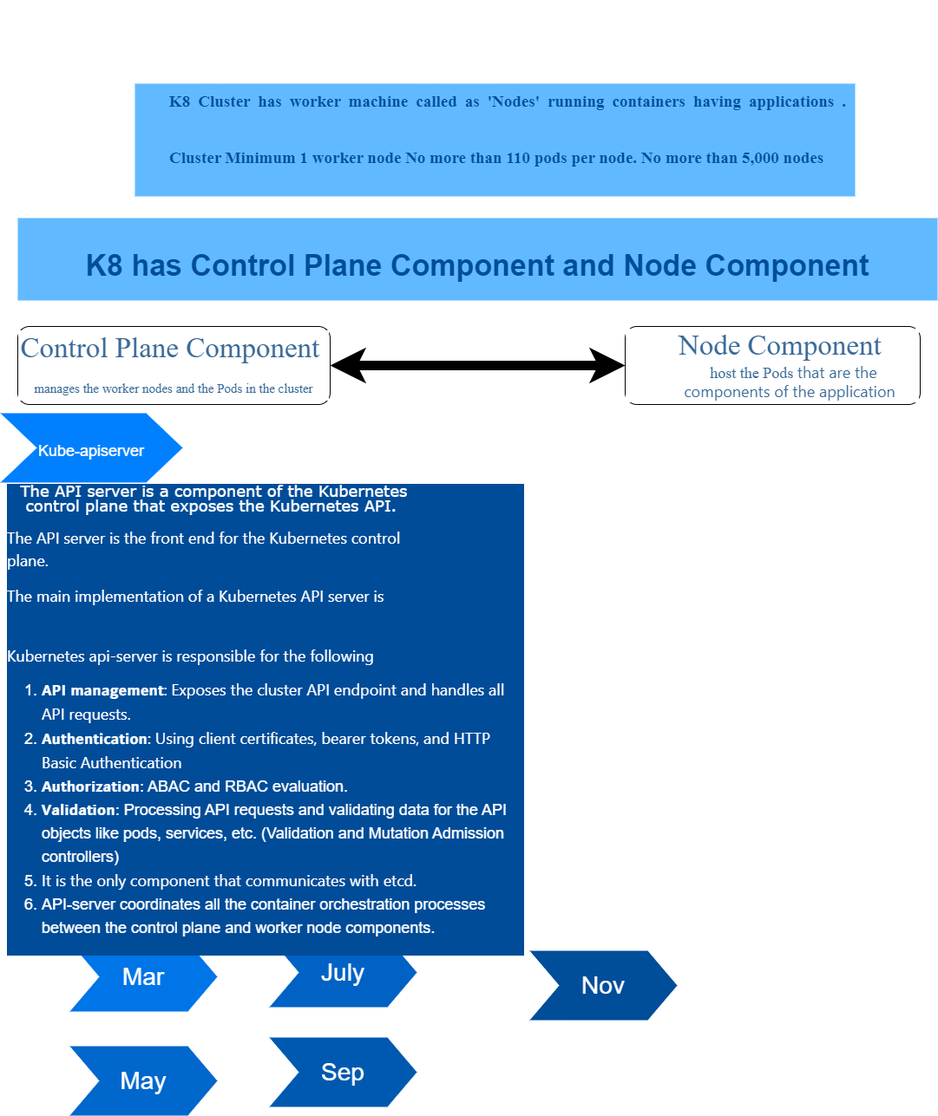
Before: k8 components.drawio.png, a diagram exported from draw.io (zagianp/website1). Source tidied: cells renumbered, new cells last; positions are measured from the earlier drawing's top-left corner, leaving out a move shared by most shapes.
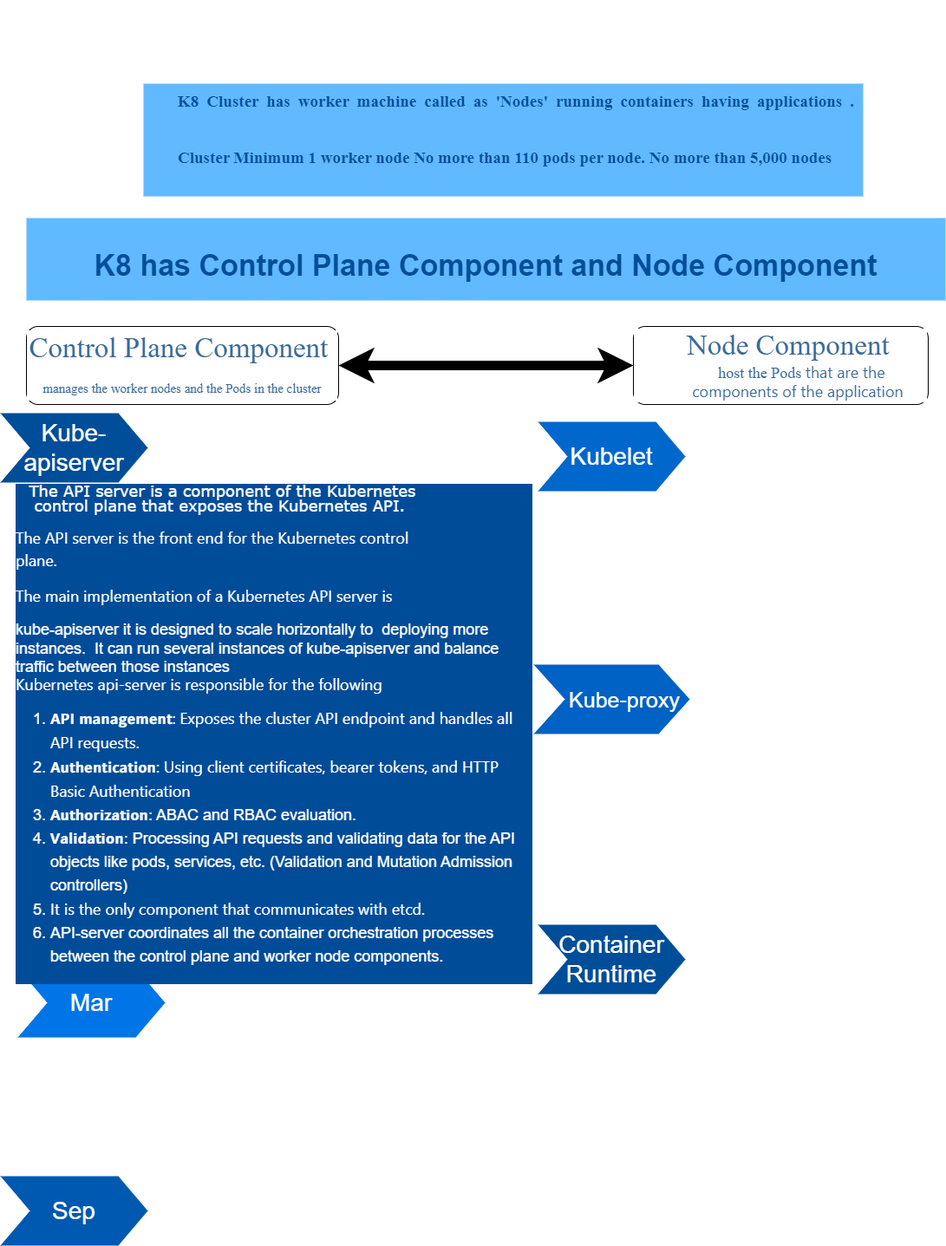
After the commit.

Diff of the diagram source:
```diff
@@ -2,28 +2,25 @@
   <root>
     <mxCell id="0" />
     <mxCell id="1" parent="0" />
-    <mxCell id="2" value="&lt;font style=&quot;font-size: 18px;&quot;&gt;Kube-apiserver&lt;/font&gt;" style="shape=step;whiteSpace=wrap;html=1;fontSize=28;fillColor=#0080FF;fontColor=#FFFFFF;strokeColor=none;" parent="1" vertex="1">
-      <mxGeometry y="380" width="210" height="80" as="geometry" />
-    </mxCell>
     <mxCell id="3" value="Mar" style="shape=step;whiteSpace=wrap;html=1;fontSize=28;fillColor=#0075E8;fontColor=#FFFFFF;strokeColor=none;" parent="1" vertex="1">
-      <mxGeometry x="80" y="990" width="170" height="80" as="geometry" />
+      <mxGeometry x="10" y="1020" width="170" height="80" as="geometry" />
     </mxCell>
-    <mxCell id="4" value="May" style="shape=step;whiteSpace=wrap;html=1;fontSize=28;fillColor=#0067CC;fontColor=#FFFFFF;strokeColor=none;" parent="1" vertex="1">
-      <mxGeometry x="80" y="1110" width="170" height="80" as="geometry" />
+    <mxCell id="4" value="Kubelet" style="shape=step;whiteSpace=wrap;html=1;fontSize=28;fillColor=#0067CC;fontColor=#FFFFFF;strokeColor=none;" parent="1" vertex="1">
+      <mxGeometry x="610" y="390" width="170" height="80" as="geometry" />
     </mxCell>
-    <mxCell id="5" value="July" style="shape=step;whiteSpace=wrap;html=1;fontSize=28;fillColor=#0062C4;fontColor=#FFFFFF;strokeColor=none;" parent="1" vertex="1">
-      <mxGeometry x="310" y="985" width="170" height="80" as="geometry" />
+    <mxCell id="5" value="Kube-proxy" style="shape=step;whiteSpace=wrap;html=1;fontSize=25;fillColor=#0062C4;fontColor=#FFFFFF;strokeColor=none;spacingRight=-30;" parent="1" vertex="1">
+      <mxGeometry x="605" y="670" width="180" height="80" as="geometry" />
     </mxCell>
     <mxCell id="6" value="Sep" style="shape=step;whiteSpace=wrap;html=1;fontSize=28;fillColor=#0059B0;fontColor=#FFFFFF;strokeColor=none;" parent="1" vertex="1">
-      <mxGeometry x="310" y="1100" width="170" height="80" as="geometry" />
+      <mxGeometry x="-10" y="1260" width="170" height="80" as="geometry" />
     </mxCell>
-    <mxCell id="7" value="Nov" style="shape=step;whiteSpace=wrap;html=1;fontSize=28;fillColor=#004D99;fontColor=#FFFFFF;strokeColor=none;" parent="1" vertex="1">
-      <mxGeometry x="610" y="1000" width="170" height="80" as="geometry" />
+    <mxCell id="7" value="Container Runtime" style="shape=step;whiteSpace=wrap;html=1;fontSize=28;fillColor=#004D99;fontColor=#FFFFFF;strokeColor=none;" parent="1" vertex="1">
+      <mxGeometry x="610" y="970" width="170" height="80" as="geometry" />
     </mxCell>
     <mxCell id="8" value="&lt;font style=&quot;font-size: 34px;&quot;&gt;K8 has Control Plane Component and Node Component&lt;/font&gt;" style="text;html=1;strokeColor=none;fillColor=#61BAFF;align=center;verticalAlign=middle;whiteSpace=wrap;fontSize=54;fontStyle=1;fontColor=#004D99;" parent="1" vertex="1">
       <mxGeometry x="20" y="155" width="1060" height="95" as="geometry" />
     </mxCell>
-    <mxCell id="9" value="&lt;p style=&quot;text-align: center; box-sizing: border-box; margin-top: 0px; margin-bottom: 1rem; max-width: 80%; font-size: 18px; line-height: 90%;&quot;&gt;&lt;font face=&quot;Verdana&quot; style=&quot;font-size: 18px;&quot;&gt;The API server is a component of the Kubernetes control plane&amp;nbsp;that exposes the Kubernetes API.&amp;nbsp;&lt;/font&gt;&lt;/p&gt;&lt;p style=&quot;box-sizing: border-box; margin-top: 0px; margin-bottom: 1rem; max-width: 80%; font-family: &amp;quot;open sans&amp;quot;, -apple-system, BlinkMacSystemFont, &amp;quot;segoe ui&amp;quot;, Roboto, &amp;quot;helvetica neue&amp;quot;, Arial, sans-serif, &amp;quot;apple color emoji&amp;quot;, &amp;quot;segoe ui emoji&amp;quot;, &amp;quot;segoe ui symbol&amp;quot;; font-size: 18px; line-height: 140%;&quot;&gt;The API server is the front end for the Kubernetes control plane.&lt;/p&gt;&lt;p style=&quot;box-sizing: border-box; margin-top: 0px; margin-bottom: 1rem; max-width: 80%; font-family: &amp;quot;open sans&amp;quot;, -apple-system, BlinkMacSystemFont, &amp;quot;segoe ui&amp;quot;, Roboto, &amp;quot;helvetica neue&amp;quot;, Arial, sans-serif, &amp;quot;apple color emoji&amp;quot;, &amp;quot;segoe ui emoji&amp;quot;, &amp;quot;segoe ui symbol&amp;quot;; font-size: 18px; line-height: 140%;&quot;&gt;The main implementation of a Kubernetes API server is&lt;/p&gt;&lt;p style=&quot;box-sizing: border-box; margin-top: 0px; margin-bottom: 1rem; max-width: 80%; font-family: &amp;quot;open sans&amp;quot;, -apple-system, BlinkMacSystemFont, &amp;quot;segoe ui&amp;quot;, Roboto, &amp;quot;helvetica neue&amp;quot;, Arial, sans-serif, &amp;quot;apple color emoji&amp;quot;, &amp;quot;segoe ui emoji&amp;quot;, &amp;quot;segoe ui symbol&amp;quot;; font-size: 18px; line-height: 90%;&quot;&gt;&lt;br style=&quot;font-size: 18px;&quot;&gt;&lt;/p&gt;&lt;p style=&quot;box-sizing: border-box; margin-top: 0px; margin-bottom: 1rem; max-width: 80%; font-family: &amp;quot;open sans&amp;quot;, -apple-system, BlinkMacSystemFont, &amp;quot;segoe ui&amp;quot;, Roboto, &amp;quot;helvetica neue&amp;quot;, Arial, sans-serif, &amp;quot;apple color emoji&amp;quot;, &amp;quot;segoe ui emoji&amp;quot;, &amp;quot;segoe ui symbol&amp;quot;; font-size: 18px; line-height: 90%;&quot;&gt;Kubernetes api-server is responsible for the following&lt;br style=&quot;font-size: 18px;&quot;&gt;&lt;/p&gt;&lt;ol style=&quot;line-height: 150%; font-size: 18px;&quot;&gt;&lt;li style=&quot;font-size: 18px;&quot;&gt;&lt;span style=&quot;font-family: -apple-system, system-ui, BlinkMacSystemFont, &amp;quot;Segoe UI&amp;quot;, Roboto, &amp;quot;Helvetica Neue&amp;quot;, &amp;quot;Fira Sans&amp;quot;, Ubuntu, Oxygen, &amp;quot;Oxygen Sans&amp;quot;, Cantarell, &amp;quot;Droid Sans&amp;quot;, &amp;quot;Apple Color Emoji&amp;quot;, &amp;quot;Segoe UI Emoji&amp;quot;, &amp;quot;Segoe UI Emoji&amp;quot;, &amp;quot;Segoe UI Symbol&amp;quot;, &amp;quot;Lucida Grande&amp;quot;, Helvetica, Arial, sans-serif; font-size: 18px;&quot;&gt;𝗔𝗣𝗜 𝗺𝗮𝗻𝗮𝗴𝗲𝗺𝗲𝗻𝘁: Exposes the cluster API endpoint and handles all API requests.&lt;/span&gt;&lt;/li&gt;&lt;li style=&quot;font-size: 18px;&quot;&gt;&lt;span style=&quot;font-family: -apple-system, system-ui, BlinkMacSystemFont, &amp;quot;Segoe UI&amp;quot;, Roboto, &amp;quot;Helvetica Neue&amp;quot;, &amp;quot;Fira Sans&amp;quot;, Ubuntu, Oxygen, &amp;quot;Oxygen Sans&amp;quot;, Cantarell, &amp;quot;Droid Sans&amp;quot;, &amp;quot;Apple Color Emoji&amp;quot;, &amp;quot;Segoe UI Emoji&amp;quot;, &amp;quot;Segoe UI Emoji&amp;quot;, &amp;quot;Segoe UI Symbol&amp;quot;, &amp;quot;Lucida Grande&amp;quot;, Helvetica, Arial, sans-serif; font-size: 18px;&quot;&gt;𝗔𝘂𝘁𝗵𝗲𝗻𝘁𝗶𝗰𝗮𝘁𝗶𝗼𝗻: Using client certificates, bearer tokens, and HTTP Basic Authentication&lt;/span&gt;&lt;/li&gt;&lt;li style=&quot;font-size: 18px;&quot;&gt;𝗔𝘂𝘁𝗵𝗼𝗿𝗶𝘇𝗮𝘁𝗶𝗼𝗻: ABAC and RBAC evaluation.&lt;/li&gt;&lt;li style=&quot;font-size: 18px;&quot;&gt;𝗩𝗮𝗹𝗶𝗱𝗮𝘁𝗶𝗼𝗻: Processing API requests and validating data for the API objects like pods, services, etc. (Validation and Mutation Admission controllers)&lt;/li&gt;&lt;li style=&quot;font-size: 18px;&quot;&gt;&lt;span style=&quot;font-family: -apple-system, system-ui, BlinkMacSystemFont, &amp;quot;Segoe UI&amp;quot;, Roboto, &amp;quot;Helvetica Neue&amp;quot;, &amp;quot;Fira Sans&amp;quot;, Ubuntu, Oxygen, &amp;quot;Oxygen Sans&amp;quot;, Cantarell, &amp;quot;Droid Sans&amp;quot;, &amp;quot;Apple Color Emoji&amp;quot;, &amp;quot;Segoe UI Emoji&amp;quot;, &amp;quot;Segoe UI Emoji&amp;quot;, &amp;quot;Segoe UI Symbol&amp;quot;, &amp;quot;Lucida Grande&amp;quot;, Helvetica, Arial, sans-serif; font-size: 18px;&quot;&gt;It is the only component that communicates with etcd.&lt;/span&gt;&lt;/li&gt;&lt;li style=&quot;font-size: 18px;&quot;&gt;API-server coordinates all the container orchestration processes between the control plane and worker node components.&lt;/li&gt;&lt;/ol&gt;&lt;p style=&quot;font-size: 18px;&quot;&gt;&lt;/p&gt;" style="text;spacingTop=-1;fillColor=#ffffff;html=1;align=left;fontSize=18;fontFamily=Helvetica;fillColor=none;strokeColor=none;whiteSpace=wrap;spacing=-12;labelBackgroundColor=#004C99;fontColor=#FFFFFF;" parent="1" vertex="1">
+    <mxCell id="9" value="&lt;p style=&quot;text-align: center; box-sizing: border-box; margin-top: 0px; margin-bottom: 1rem; max-width: 80%; font-size: 18px; line-height: 90%;&quot;&gt;&lt;font face=&quot;Verdana&quot; style=&quot;font-size: 18px;&quot;&gt;The API server is a component of the Kubernetes control plane&amp;nbsp;that exposes the Kubernetes API.&amp;nbsp;&lt;/font&gt;&lt;/p&gt;&lt;p style=&quot;box-sizing: border-box; margin-top: 0px; margin-bottom: 1rem; max-width: 80%; font-family: &amp;quot;open sans&amp;quot;, -apple-system, BlinkMacSystemFont, &amp;quot;segoe ui&amp;quot;, Roboto, &amp;quot;helvetica neue&amp;quot;, Arial, sans-serif, &amp;quot;apple color emoji&amp;quot;, &amp;quot;segoe ui emoji&amp;quot;, &amp;quot;segoe ui symbol&amp;quot;; font-size: 18px; line-height: 140%;&quot;&gt;The API server is the front end for the Kubernetes control plane.&lt;/p&gt;&lt;p style=&quot;box-sizing: border-box; margin-top: 0px; margin-bottom: 1rem; max-width: 80%; font-family: &amp;quot;open sans&amp;quot;, -apple-system, BlinkMacSystemFont, &amp;quot;segoe ui&amp;quot;, Roboto, &amp;quot;helvetica neue&amp;quot;, Arial, sans-serif, &amp;quot;apple color emoji&amp;quot;, &amp;quot;segoe ui emoji&amp;quot;, &amp;quot;segoe ui symbol&amp;quot;; font-size: 18px; line-height: 140%;&quot;&gt;The main implementation of a Kubernetes API server is&amp;nbsp;&lt;/p&gt;kube-apiserver it is designed to scale horizontally to&amp;nbsp; deploying more instances.&amp;nbsp;&amp;nbsp;It can run several instances of kube-apiserver and balance traffic between those instances&lt;p style=&quot;box-sizing: border-box; margin-top: 0px; margin-bottom: 1rem; max-width: 80%; font-family: &amp;quot;open sans&amp;quot;, -apple-system, BlinkMacSystemFont, &amp;quot;segoe ui&amp;quot;, Roboto, &amp;quot;helvetica neue&amp;quot;, Arial, sans-serif, &amp;quot;apple color emoji&amp;quot;, &amp;quot;segoe ui emoji&amp;quot;, &amp;quot;segoe ui symbol&amp;quot;; font-size: 18px; line-height: 90%;&quot;&gt;Kubernetes api-server is responsible for the following&lt;br&gt;&lt;/p&gt;&lt;ol style=&quot;line-height: 150%; font-size: 18px;&quot;&gt;&lt;li style=&quot;font-size: 18px;&quot;&gt;&lt;span style=&quot;font-family: -apple-system, system-ui, BlinkMacSystemFont, &amp;quot;Segoe UI&amp;quot;, Roboto, &amp;quot;Helvetica Neue&amp;quot;, &amp;quot;Fira Sans&amp;quot;, Ubuntu, Oxygen, &amp;quot;Oxygen Sans&amp;quot;, Cantarell, &amp;quot;Droid Sans&amp;quot;, &amp;quot;Apple Color Emoji&amp;quot;, &amp;quot;Segoe UI Emoji&amp;quot;, &amp;quot;Segoe UI Emoji&amp;quot;, &amp;quot;Segoe UI Symbol&amp;quot;, &amp;quot;Lucida Grande&amp;quot;, Helvetica, Arial, sans-serif; font-size: 18px;&quot;&gt;𝗔𝗣𝗜 𝗺𝗮𝗻𝗮𝗴𝗲𝗺𝗲𝗻𝘁: Exposes the cluster API endpoint and handles all API requests.&lt;/span&gt;&lt;/li&gt;&lt;li style=&quot;font-size: 18px;&quot;&gt;&lt;span style=&quot;font-family: -apple-system, system-ui, BlinkMacSystemFont, &amp;quot;Segoe UI&amp;quot;, Roboto, &amp;quot;Helvetica Neue&amp;quot;, &amp;quot;Fira Sans&amp;quot;, Ubuntu, Oxygen, &amp;quot;Oxygen Sans&amp;quot;, Cantarell, &amp;quot;Droid Sans&amp;quot;, &amp;quot;Apple Color Emoji&amp;quot;, &amp;quot;Segoe UI Emoji&amp;quot;, &amp;quot;Segoe UI Emoji&amp;quot;, &amp;quot;Segoe UI Symbol&amp;quot;, &amp;quot;Lucida Grande&amp;quot;, Helvetica, Arial, sans-serif; font-size: 18px;&quot;&gt;𝗔𝘂𝘁𝗵𝗲𝗻𝘁𝗶𝗰𝗮𝘁𝗶𝗼𝗻: Using client certificates, bearer tokens, and HTTP Basic Authentication&lt;/span&gt;&lt;/li&gt;&lt;li style=&quot;font-size: 18px;&quot;&gt;𝗔𝘂𝘁𝗵𝗼𝗿𝗶𝘇𝗮𝘁𝗶𝗼𝗻: ABAC and RBAC evaluation.&lt;/li&gt;&lt;li style=&quot;font-size: 18px;&quot;&gt;𝗩𝗮𝗹𝗶𝗱𝗮𝘁𝗶𝗼𝗻: Processing API requests and validating data for the API objects like pods, services, etc. (Validation and Mutation Admission controllers)&lt;/li&gt;&lt;li style=&quot;font-size: 18px;&quot;&gt;&lt;span style=&quot;font-family: -apple-system, system-ui, BlinkMacSystemFont, &amp;quot;Segoe UI&amp;quot;, Roboto, &amp;quot;Helvetica Neue&amp;quot;, &amp;quot;Fira Sans&amp;quot;, Ubuntu, Oxygen, &amp;quot;Oxygen Sans&amp;quot;, Cantarell, &amp;quot;Droid Sans&amp;quot;, &amp;quot;Apple Color Emoji&amp;quot;, &amp;quot;Segoe UI Emoji&amp;quot;, &amp;quot;Segoe UI Emoji&amp;quot;, &amp;quot;Segoe UI Symbol&amp;quot;, &amp;quot;Lucida Grande&amp;quot;, Helvetica, Arial, sans-serif; font-size: 18px;&quot;&gt;It is the only component that communicates with etcd.&lt;/span&gt;&lt;/li&gt;&lt;li style=&quot;font-size: 18px;&quot;&gt;API-server coordinates all the container orchestration processes between the control plane and worker node components.&lt;/li&gt;&lt;/ol&gt;&lt;p style=&quot;font-size: 18px;&quot;&gt;&lt;/p&gt;" style="text;spacingTop=-1;fillColor=#ffffff;html=1;align=left;fontSize=18;fontFamily=Helvetica;fillColor=none;strokeColor=none;whiteSpace=wrap;spacing=-12;labelBackgroundColor=#004C99;fontColor=#FFFFFF;" parent="1" vertex="1">
       <mxGeometry x="20" y="470" width="570" height="120" as="geometry" />
     </mxCell>
     <mxCell id="10" value="&lt;p style=&quot;line-height: 50%;&quot;&gt;&lt;/p&gt;&lt;blockquote style=&quot;margin: 0 0 0 40px; border: none; padding: 0px;&quot;&gt;&lt;h4 style=&quot;text-align: justify;&quot;&gt;&lt;font face=&quot;Times New Roman&quot; style=&quot;font-size: 19px;&quot;&gt;K8 Cluster has worker machine called as 'Nodes' running containers having applications . Cluster Minimum 1 worker node&amp;nbsp;No more than 110 pods per node. No more than 5,000 nodes&lt;/font&gt;&lt;/h4&gt;&lt;/blockquote&gt;&lt;br&gt;&lt;p&gt;&lt;/p&gt;" style="text;html=1;strokeColor=none;fillColor=#61BAFF;align=center;verticalAlign=middle;whiteSpace=wrap;fontSize=54;fontStyle=1;fontColor=#004D99;spacing=1;spacingRight=10;spacingBottom=-68;spacingTop=2;" parent="1" vertex="1">
@@ -38,5 +35,8 @@
     <mxCell id="13" style="endArrow=classic;startArrow=classic;html=1;rounded=0;fontFamily=Times New Roman;fontSize=58;fontColor=#080808;entryX=0;entryY=0.5;entryDx=0;entryDy=0;exitX=1;exitY=0.5;exitDx=0;exitDy=0;fontStyle=1;strokeWidth=11;" parent="1" edge="1" source="11" target="12">
       <mxGeometry relative="1" as="geometry" />
     </mxCell>
+    <mxCell id="2" value="Kube-apiserver" style="shape=step;whiteSpace=wrap;html=1;fontSize=28;fillColor=#004D99;fontColor=#FFFFFF;strokeColor=none;" parent="1" vertex="1">
+      <mxGeometry x="-10" y="380" width="170" height="80" as="geometry" />
+    </mxCell>
   </root>
 </mxGraphModel>
```
